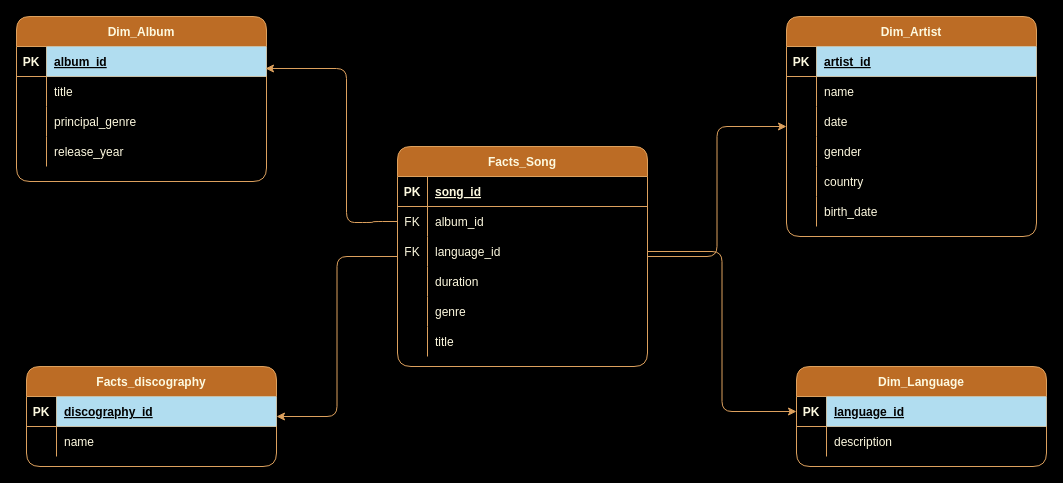
Above: Untitled Diagram.drawio in cristiandelahooz/Diagrams (draw.io), before the change. Source tidied: cells renumbered, new cells numbered last; positions are measured from the earlier drawing's top-left corner, leaving out a move shared by most shapes. Both pictures are drawn from the tidied source at 100%, with x=0, y=0 at pixel (16, -92).
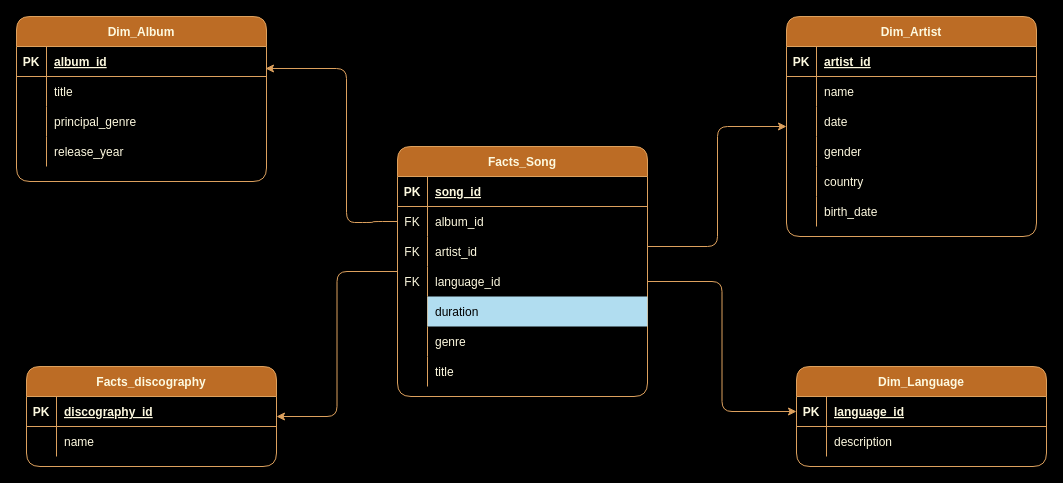
After the change.

Unchanged cells that the change refers to:
```xml
<mxCell id="24" style="shape=partialRectangle;fillColor=none;points=[[0,0.5],[1,0.5]];portConstraint=eastwest;top=0;left=0;right=0;bottom=1;labelBackgroundColor=none;strokeColor=#DDA15E;fontColor=#FEFAE0;rounded=1;" parent="23" vertex="1">
  <mxGeometry y="30" width="250" height="30" as="geometry" />
</mxCell>
<mxCell id="31" style="shape=partialRectangle;fillColor=none;points=[[0,0.5],[1,0.5]];portConstraint=eastwest;top=0;left=0;right=0;bottom=1;labelBackgroundColor=none;strokeColor=#DDA15E;fontColor=#FEFAE0;rounded=1;" parent="30" vertex="1">
  <mxGeometry y="30" width="250" height="30" as="geometry" />
</mxCell>
<mxCell id="46" style="shape=partialRectangle;fillColor=none;top=0;left=0;right=0;bottom=1;labelBackgroundColor=none;strokeColor=#DDA15E;fontColor=#FEFAE0;rounded=1;" parent="45" vertex="1">
  <mxGeometry y="30" width="250" height="30" as="geometry" />
</mxCell>
<mxCell id="52" value="Dim_Artist" style="shape=table;startSize=30;childLayout=tableLayout;rowLines=0;fontStyle=1;align=center;labelBackgroundColor=none;fillColor=#BC6C25;strokeColor=#DDA15E;fontColor=#FEFAE0;rounded=1;" parent="1" vertex="1">
  <mxGeometry x="770" y="108" width="250" height="220" as="geometry" />
</mxCell>
<mxCell id="53" style="shape=partialRectangle;fillColor=none;top=0;left=0;right=0;bottom=1;labelBackgroundColor=none;strokeColor=#DDA15E;fontColor=#FEFAE0;rounded=1;" parent="52" vertex="1">
  <mxGeometry y="30" width="250" height="30" as="geometry" />
</mxCell>
```

What changed in the source:
```diff
@@
     <mxCell id="3" style="edgeStyle=orthogonalEdgeStyle;rounded=1;jettySize=auto;html=1;labelBackgroundColor=none;strokeColor=#DDA15E;fontColor=default;" parent="1" edge="1" source="4" target="52">
-      <mxGeometry relative="1" as="geometry" />
+      <mxGeometry relative="1" as="geometry">
+        <Array as="points">
+          <mxPoint x="701" y="338" />
+          <mxPoint x="701" y="218" />
+        </Array>
+      </mxGeometry>
     </mxCell>
     <mxCell id="4" value="Facts_Song" style="shape=table;startSize=30;childLayout=tableLayout;rowLines=0;fontStyle=1;align=center;labelBackgroundColor=none;fillColor=#BC6C25;strokeColor=#DDA15E;fontColor=#FEFAE0;rounded=1;" parent="1" vertex="1">
-      <mxGeometry x="381" y="238" width="250" height="220" as="geometry" />
+      <mxGeometry x="381" y="238" width="250" height="250" as="geometry" />
     </mxCell>
@@
+    <mxCell id="71" style="shape=partialRectangle;fillColor=none;top=0;left=0;right=0;bottom=0;labelBackgroundColor=none;strokeColor=#DDA15E;fontColor=#FEFAE0;rounded=1;" parent="4" vertex="1">
+      <mxGeometry y="90" width="250" height="30" as="geometry" />
+    </mxCell>
+    <mxCell id="72" value="FK" style="shape=partialRectangle;overflow=hidden;fillColor=none;top=0;left=0;bottom=0;right=0;labelBackgroundColor=none;strokeColor=#DDA15E;fontColor=#FEFAE0;rounded=1;" parent="71" vertex="1">
+      <mxGeometry width="30" height="30" as="geometry" />
+    </mxCell>
+    <mxCell id="73" value="artist_id" style="shape=partialRectangle;overflow=hidden;fillColor=none;top=0;left=0;bottom=0;right=0;align=left;spacingLeft=6;labelBackgroundColor=none;strokeColor=#DDA15E;fontColor=#FEFAE0;rounded=1;" parent="71" vertex="1">
+      <mxGeometry x="30" width="220" height="30" as="geometry" />
+    </mxCell>
     <mxCell id="11" style="shape=partialRectangle;fillColor=none;points=[[0,0.5],[1,0.5]];portConstraint=eastwest;top=0;left=0;right=0;bottom=0;labelBackgroundColor=none;strokeColor=#DDA15E;fontColor=#FEFAE0;rounded=1;" parent="4" vertex="1">
-      <mxGeometry y="90" width="250" height="30" as="geometry" />
+      <mxGeometry y="120" width="250" height="30" as="geometry" />
     </mxCell>
@@
     <mxCell id="14" style="shape=partialRectangle;fillColor=none;top=0;left=0;right=0;bottom=0;labelBackgroundColor=none;strokeColor=#DDA15E;fontColor=#FEFAE0;rounded=1;" parent="4" vertex="1">
-      <mxGeometry y="120" width="250" height="30" as="geometry" />
+      <mxGeometry y="150" width="250" height="30" as="geometry" />
     </mxCell>
@@
-    <mxCell id="16" value="duration" style="shape=partialRectangle;overflow=hidden;fillColor=none;top=0;left=0;bottom=0;right=0;align=left;spacingLeft=6;labelBackgroundColor=none;strokeColor=#DDA15E;fontColor=#FEFAE0;rounded=1;" parent="14" vertex="1">
+    <mxCell id="16" value="duration" style="shape=partialRectangle;overflow=hidden;fillColor=#b1ddf0;top=0;left=0;bottom=0;right=0;align=left;spacingLeft=6;labelBackgroundColor=none;strokeColor=#10739e;rounded=1;" parent="14" vertex="1">
       <mxGeometry x="30" width="220" height="30" as="geometry" />
     </mxCell>
     <mxCell id="17" style="shape=partialRectangle;fillColor=none;top=0;left=0;right=0;bottom=0;labelBackgroundColor=none;strokeColor=#DDA15E;fontColor=#FEFAE0;rounded=1;" parent="4" vertex="1">
-      <mxGeometry y="150" width="250" height="30" as="geometry" />
+      <mxGeometry y="180" width="250" height="30" as="geometry" />
     </mxCell>
@@
     <mxCell id="20" style="shape=partialRectangle;fillColor=none;top=0;left=0;right=0;bottom=0;labelBackgroundColor=none;strokeColor=#DDA15E;fontColor=#FEFAE0;rounded=1;" parent="4" vertex="1">
-      <mxGeometry y="180" width="250" height="30" as="geometry" />
+      <mxGeometry y="210" width="250" height="30" as="geometry" />
     </mxCell>
@@
-    <mxCell id="26" value="language_id" style="shape=partialRectangle;overflow=hidden;fillColor=#b1ddf0;top=0;left=0;bottom=0;right=0;align=left;spacingLeft=6;fontStyle=5;labelBackgroundColor=none;strokeColor=#10739e;rounded=1;" parent="24" vertex="1">
+    <mxCell id="26" value="language_id" style="shape=partialRectangle;overflow=hidden;fillColor=none;top=0;left=0;bottom=0;right=0;align=left;spacingLeft=6;fontStyle=5;labelBackgroundColor=none;strokeColor=#DDA15E;fontColor=#FEFAE0;rounded=1;" parent="24" vertex="1">
       <mxGeometry x="30" width="220" height="30" as="geometry" />
     </mxCell>
@@
-    <mxCell id="33" value="album_id" style="shape=partialRectangle;overflow=hidden;fillColor=#b1ddf0;top=0;left=0;bottom=0;right=0;align=left;spacingLeft=6;fontStyle=5;labelBackgroundColor=none;strokeColor=#10739e;rounded=1;" parent="31" vertex="1">
+    <mxCell id="33" value="album_id" style="shape=partialRectangle;overflow=hidden;fillColor=none;top=0;left=0;bottom=0;right=0;align=left;spacingLeft=6;fontStyle=5;labelBackgroundColor=none;strokeColor=#DDA15E;fontColor=#FEFAE0;rounded=1;" parent="31" vertex="1">
       <mxGeometry x="30" width="220" height="30" as="geometry" />
     </mxCell>
@@
-    <mxCell id="48" value="discography_id" style="shape=partialRectangle;overflow=hidden;fillColor=#b1ddf0;top=0;left=0;bottom=0;right=0;align=left;spacingLeft=6;fontStyle=5;labelBackgroundColor=none;strokeColor=#10739e;rounded=1;" parent="46" vertex="1">
+    <mxCell id="48" value="discography_id" style="shape=partialRectangle;overflow=hidden;fillColor=none;top=0;left=0;bottom=0;right=0;align=left;spacingLeft=6;fontStyle=5;labelBackgroundColor=none;strokeColor=#DDA15E;fontColor=#FEFAE0;rounded=1;" parent="46" vertex="1">
       <mxGeometry x="30" width="220" height="30" as="geometry" />
     </mxCell>
@@
-    <mxCell id="55" value="artist_id" style="shape=partialRectangle;overflow=hidden;fillColor=#b1ddf0;top=0;left=0;bottom=0;right=0;align=left;spacingLeft=6;fontStyle=5;labelBackgroundColor=none;strokeColor=#10739e;rounded=1;" parent="53" vertex="1">
+    <mxCell id="55" value="artist_id" style="shape=partialRectangle;overflow=hidden;fillColor=none;top=0;left=0;bottom=0;right=0;align=left;spacingLeft=6;fontStyle=5;labelBackgroundColor=none;strokeColor=#DDA15E;fontColor=#FEFAE0;rounded=1;" parent="53" vertex="1">
       <mxGeometry x="30" width="220" height="30" as="geometry" />
     </mxCell>
```
